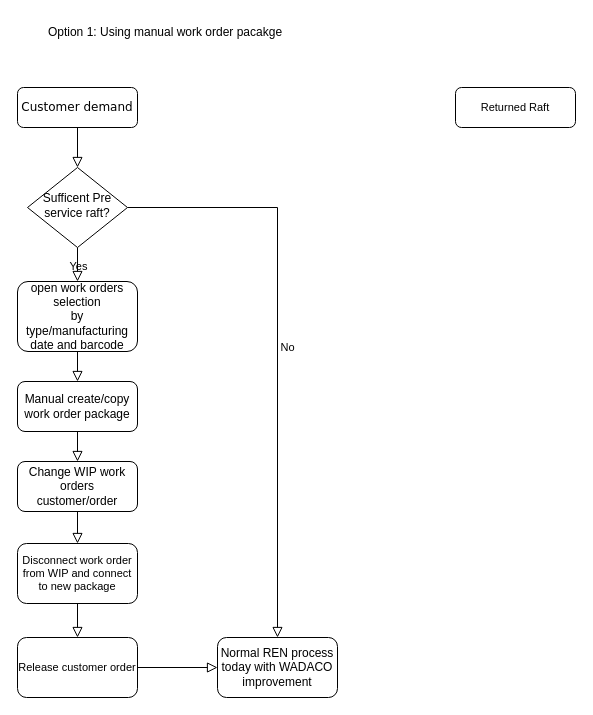
styauk/hello-world keeps this draw.io diagram as WorkOrder.drawio. Above is the earlier version. Source tidied: cells renumbered, new cells numbered last; positions are measured from the earlier drawing's top-left corner, leaving out a move shared by most shapes. Both pictures are drawn from the tidied source at 100%, with x=0, y=0 at pixel (17, 17).
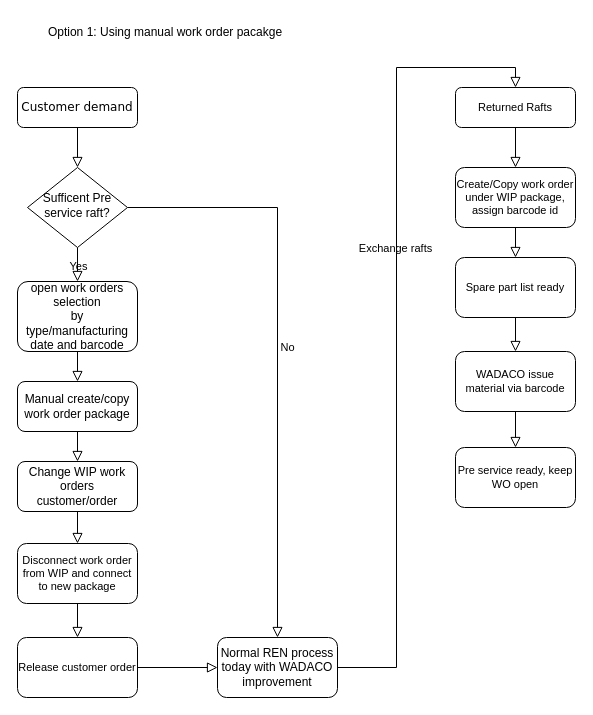
The same diagram, later.

Unchanged cells that the change refers to:
```xml
<mxCell id="19" value="&lt;span style=&quot;font-size: 12px;&quot;&gt;Normal REN process today with WADACO improvement&lt;/span&gt;" style="whiteSpace=wrap;html=1;fontSize=11;rounded=1;labelBackgroundColor=none;" parent="1" vertex="1">
  <mxGeometry x="200" y="620" width="120" height="60" as="geometry" />
</mxCell>
```

The edit, as a diff of the source:
```diff
@@
+    <mxCell id="21" style="edgeStyle=orthogonalEdgeStyle;rounded=0;jettySize=auto;html=1;exitX=1;exitY=0.5;exitDx=0;exitDy=0;entryX=0.5;entryY=0;entryDx=0;entryDy=0;shadow=0;strokeColor=default;strokeWidth=1;align=center;verticalAlign=middle;fontFamily=Helvetica;fontSize=11;fontColor=default;labelBackgroundColor=none;endArrow=block;endFill=0;endSize=8;" parent="1" edge="1" source="19" target="20">
+      <mxGeometry relative="1" as="geometry" />
+    </mxCell>
+    <mxCell id="22" value="Exchange rafts" style="edgeLabel;html=1;align=center;verticalAlign=middle;fontFamily=Helvetica;fontSize=11;fontColor=default;labelBackgroundColor=none;fillColor=none;gradientColor=none;" parent="21" vertex="1">
+      <mxGeometry x="0.2" y="2" relative="1" as="geometry" />
+    </mxCell>
@@
+    <mxCell id="23" style="edgeStyle=orthogonalEdgeStyle;rounded=0;jettySize=auto;html=1;fontFamily=Helvetica;fontSize=11;fontColor=default;labelBackgroundColor=none;shadow=0;strokeColor=default;strokeWidth=1;align=center;verticalAlign=middle;endArrow=block;endFill=0;endSize=8;" parent="1" edge="1" source="20" target="25">
+      <mxGeometry relative="1" as="geometry" />
+    </mxCell>
-    <mxCell id="20" value="Returned Raft" style="rounded=1;whiteSpace=wrap;html=1;fontFamily=Helvetica;fontSize=11;fontColor=default;labelBackgroundColor=none;" parent="1" vertex="1">
+    <mxCell id="20" value="Returned Rafts" style="rounded=1;whiteSpace=wrap;html=1;fontFamily=Helvetica;fontSize=11;fontColor=default;labelBackgroundColor=none;" parent="1" vertex="1">
       <mxGeometry x="438" y="70" width="120" height="40" as="geometry" />
     </mxCell>
+    <mxCell id="24" style="edgeStyle=orthogonalEdgeStyle;shape=connector;rounded=0;jettySize=auto;html=1;exitX=0.5;exitY=1;exitDx=0;exitDy=0;entryX=0.5;entryY=0;entryDx=0;entryDy=0;shadow=0;strokeColor=default;strokeWidth=1;align=center;verticalAlign=middle;fontFamily=Helvetica;fontSize=11;fontColor=default;labelBackgroundColor=none;endArrow=block;endFill=0;endSize=8;" parent="1" edge="1" source="25" target="27">
+      <mxGeometry relative="1" as="geometry" />
+    </mxCell>
+    <mxCell id="25" value="Create/Copy work order under WIP package, assign barcode id" style="rounded=1;whiteSpace=wrap;html=1;align=center;verticalAlign=middle;fontFamily=Helvetica;fontSize=11;fontColor=default;labelBackgroundColor=none;fillColor=none;gradientColor=none;" parent="1" vertex="1">
+      <mxGeometry x="438" y="150" width="120" height="60" as="geometry" />
+    </mxCell>
+    <mxCell id="26" style="edgeStyle=orthogonalEdgeStyle;shape=connector;rounded=0;jettySize=auto;html=1;exitX=0.5;exitY=1;exitDx=0;exitDy=0;entryX=0.5;entryY=0;entryDx=0;entryDy=0;shadow=0;strokeColor=default;strokeWidth=1;align=center;verticalAlign=middle;fontFamily=Helvetica;fontSize=11;fontColor=default;labelBackgroundColor=none;endArrow=block;endFill=0;endSize=8;" parent="1" edge="1" source="27" target="28">
+      <mxGeometry relative="1" as="geometry" />
+    </mxCell>
+    <mxCell id="27" value="Spare part list ready" style="rounded=1;whiteSpace=wrap;html=1;align=center;verticalAlign=middle;fontFamily=Helvetica;fontSize=11;fontColor=default;labelBackgroundColor=none;fillColor=none;gradientColor=none;" parent="1" vertex="1">
+      <mxGeometry x="438" y="240" width="120" height="60" as="geometry" />
+    </mxCell>
+    <mxCell id="28" value="WADACO issue material via barcode" style="rounded=1;whiteSpace=wrap;html=1;align=center;verticalAlign=middle;fontFamily=Helvetica;fontSize=11;fontColor=default;labelBackgroundColor=none;fillColor=none;gradientColor=none;" parent="1" vertex="1">
+      <mxGeometry x="438" y="334" width="120" height="60" as="geometry" />
+    </mxCell>
+    <mxCell id="29" style="edgeStyle=orthogonalEdgeStyle;shape=connector;rounded=0;jettySize=auto;html=1;shadow=0;strokeColor=default;strokeWidth=1;align=center;verticalAlign=middle;fontFamily=Helvetica;fontSize=11;fontColor=default;labelBackgroundColor=none;endArrow=block;endFill=0;endSize=8;exitX=0.5;exitY=1;exitDx=0;exitDy=0;entryX=0.5;entryY=0;entryDx=0;entryDy=0;" parent="1" edge="1" source="28" target="30">
+      <mxGeometry relative="1" as="geometry" />
+    </mxCell>
+    <mxCell id="30" value="Pre service ready, keep WO open" style="rounded=1;whiteSpace=wrap;html=1;align=center;verticalAlign=middle;fontFamily=Helvetica;fontSize=11;fontColor=default;labelBackgroundColor=none;fillColor=none;gradientColor=none;" parent="1" vertex="1">
+      <mxGeometry x="438" y="430" width="120" height="60" as="geometry" />
+    </mxCell>
```
